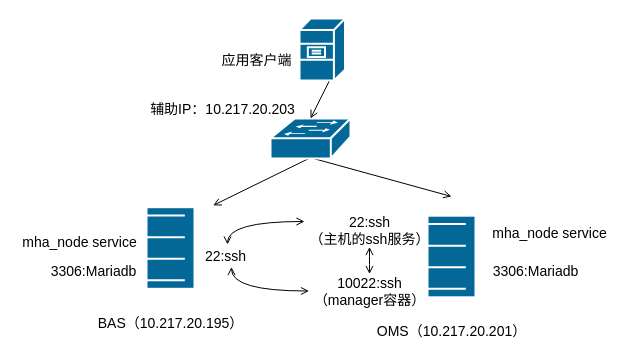
Above: page "MHA-Mariadb" (4 of 4) of Mysql高可用.drawio in waterwatermelon/graph (draw.io), before the change. Source tidied: cells renumbered, new cells numbered last; positions are measured from the earlier drawing's top-left corner, leaving out a move shared by most shapes. Both pictures are drawn from the tidied source at 100%, with x=0, y=0 at pixel (17, 18).
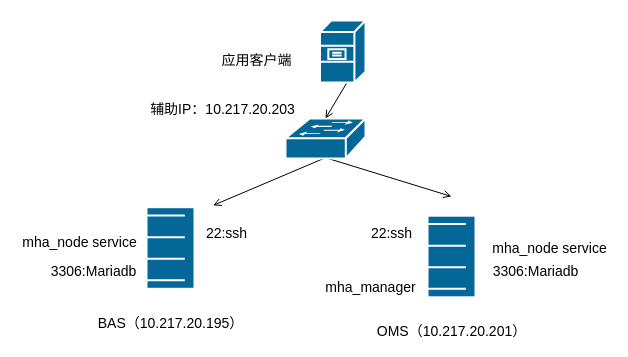
The same diagram, later.

Commit message:
更新Mysql高可用.drawio

The edit, as a diff of the source:
```diff
@@
-    <mxCell id="6" style="edgeStyle=orthogonalEdgeStyle;rounded=0;jettySize=auto;html=1;fontSize=14;fontColor=#FFFFFF;startArrow=open;startFill=0;endArrow=open;endFill=0;curved=1;entryX=0.627;entryY=1.053;entryDx=0;entryDy=0;entryPerimeter=0;" parent="1" edge="1" source="7" target="11">
-      <mxGeometry relative="1" as="geometry" />
-    </mxCell>
-    <mxCell id="7" value="&lt;font style=&quot;font-size: 14px&quot;&gt;10022:ssh &lt;br&gt;（manager容器）&lt;/font&gt;" style="text;html=1;align=center;verticalAlign=middle;points=[];" parent="1" vertex="1">
-      <mxGeometry x="291.5" y="255.5" width="121" height="34" as="geometry" />
+    <mxCell id="7" value="&lt;font style=&quot;font-size: 14px&quot;&gt;mha_manager&lt;/font&gt;" style="text;html=1;align=center;verticalAlign=middle;points=[];" parent="1" vertex="1">
+      <mxGeometry x="302.5" y="259.5" width="100" height="19" as="geometry" />
     </mxCell>
-    <mxCell id="8" style="edgeStyle=orthogonalEdgeStyle;curved=1;rounded=0;jettySize=auto;html=1;startArrow=open;startFill=0;endArrow=open;endFill=0;fontSize=14;fontColor=#FFFFFF;" parent="1" edge="1" source="10" target="7">
-      <mxGeometry relative="1" as="geometry" />
-    </mxCell>
-    <mxCell id="9" style="edgeStyle=orthogonalEdgeStyle;rounded=0;jettySize=auto;html=1;entryX=0.549;entryY=-0.132;entryDx=0;entryDy=0;entryPerimeter=0;endArrow=open;endFill=0;curved=1;startArrow=open;startFill=0;" parent="1" edge="1" source="10" target="11">
-      <mxGeometry relative="1" as="geometry">
-        <Array as="points">
-          <mxPoint x="210" y="203" />
-        </Array>
-      </mxGeometry>
-    </mxCell>
-    <mxCell id="10" value="&lt;font style=&quot;font-size: 14px&quot;&gt;22:ssh&lt;br&gt;（主机的ssh服务）&lt;br&gt;&lt;/font&gt;" style="text;html=1;align=center;verticalAlign=middle;points=[];" parent="1" vertex="1">
-      <mxGeometry x="287" y="194.5" width="130" height="34" as="geometry" />
+    <mxCell id="10" value="&lt;font style=&quot;font-size: 14px&quot;&gt;22:ssh&lt;br&gt;&lt;/font&gt;" style="text;html=1;align=center;verticalAlign=middle;points=[];" parent="1" vertex="1">
+      <mxGeometry x="348" y="205" width="51" height="19" as="geometry" />
     </mxCell>
     <mxCell id="11" value="&lt;font style=&quot;font-size: 14px&quot;&gt;22:ssh&lt;/font&gt;" style="text;html=1;align=center;verticalAlign=middle;points=[];" parent="1" vertex="1">
-      <mxGeometry x="182" y="228.5" width="51" height="19" as="geometry" />
+      <mxGeometry x="183" y="205" width="51" height="19" as="geometry" />
     </mxCell>
@@
     <mxCell id="14" style="shape=mxgraph.cisco.switches.workgroup_switch;html=1;dashed=0;fillColor=#036897;strokeColor=#ffffff;strokeWidth=2;verticalLabelPosition=bottom;verticalAlign=top;align=center;outlineConnect=0;" parent="1" vertex="1">
-      <mxGeometry x="253" y="100" width="80" height="40" as="geometry" />
+      <mxGeometry x="268" y="100" width="80" height="40" as="geometry" />
     </mxCell>
@@
     <mxCell id="16" style="shape=mxgraph.cisco.servers.file_server;html=1;dashed=0;fillColor=#036897;strokeColor=#ffffff;strokeWidth=2;verticalLabelPosition=bottom;verticalAlign=top;align=center;outlineConnect=0;" parent="1" vertex="1">
-      <mxGeometry x="282" width="45.5" height="62" as="geometry" />
+      <mxGeometry x="302.5" y="2" width="45.5" height="62" as="geometry" />
     </mxCell>
@@
     <mxCell id="20" value="mha_node service" style="text;html=1;align=center;verticalAlign=middle;fontSize=14;" parent="1" vertex="1">
-      <mxGeometry x="470" y="204" width="124" height="21" as="geometry" />
+      <mxGeometry x="470" y="219" width="124" height="21" as="geometry" />
     </mxCell>
```
